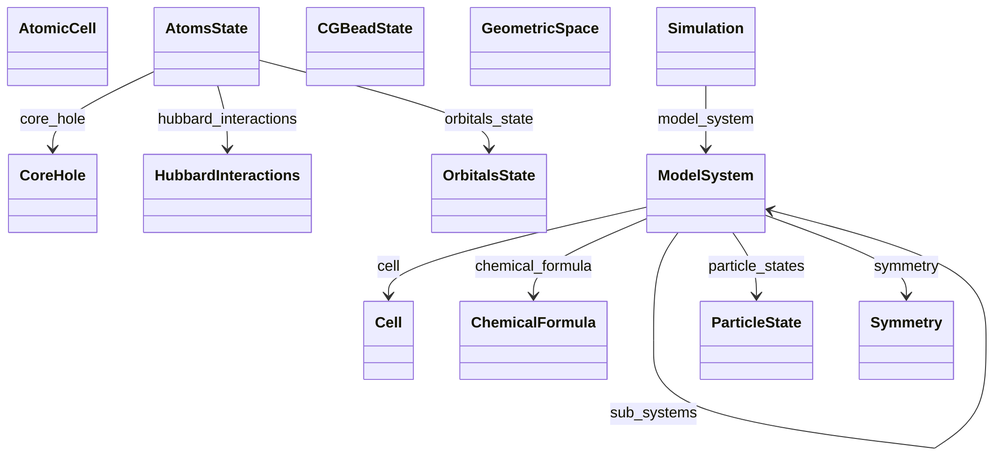
FAIRmat-NFDI/nomad-simulations keeps this Mermaid diagram as docs/assets/diagrams/model_system_0.png. Above is the earlier version. Its source is kept beside it as docs/assets/diagrams/model_system_0.png.mmd.
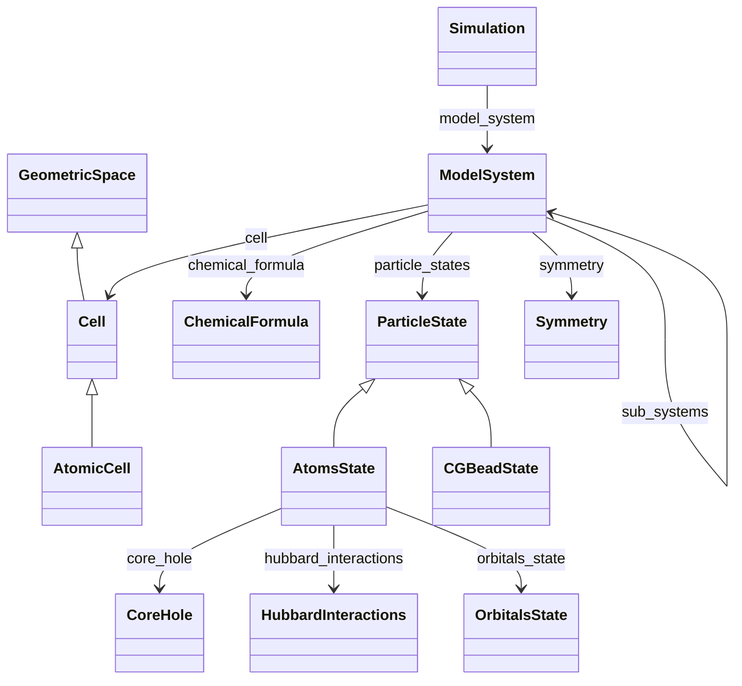
After the change.

The edit, as a diff of the source:
```diff
@@ -12,6 +12,10 @@
     class ParticleState
     class Simulation
     class Symmetry
+    Cell <|-- AtomicCell
+    ParticleState <|-- AtomsState
+    ParticleState <|-- CGBeadState
+    GeometricSpace <|-- Cell
     AtomsState --> CoreHole : core_hole
     AtomsState --> HubbardInteractions : hubbard_interactions
     AtomsState --> OrbitalsState : orbitals_state
```
